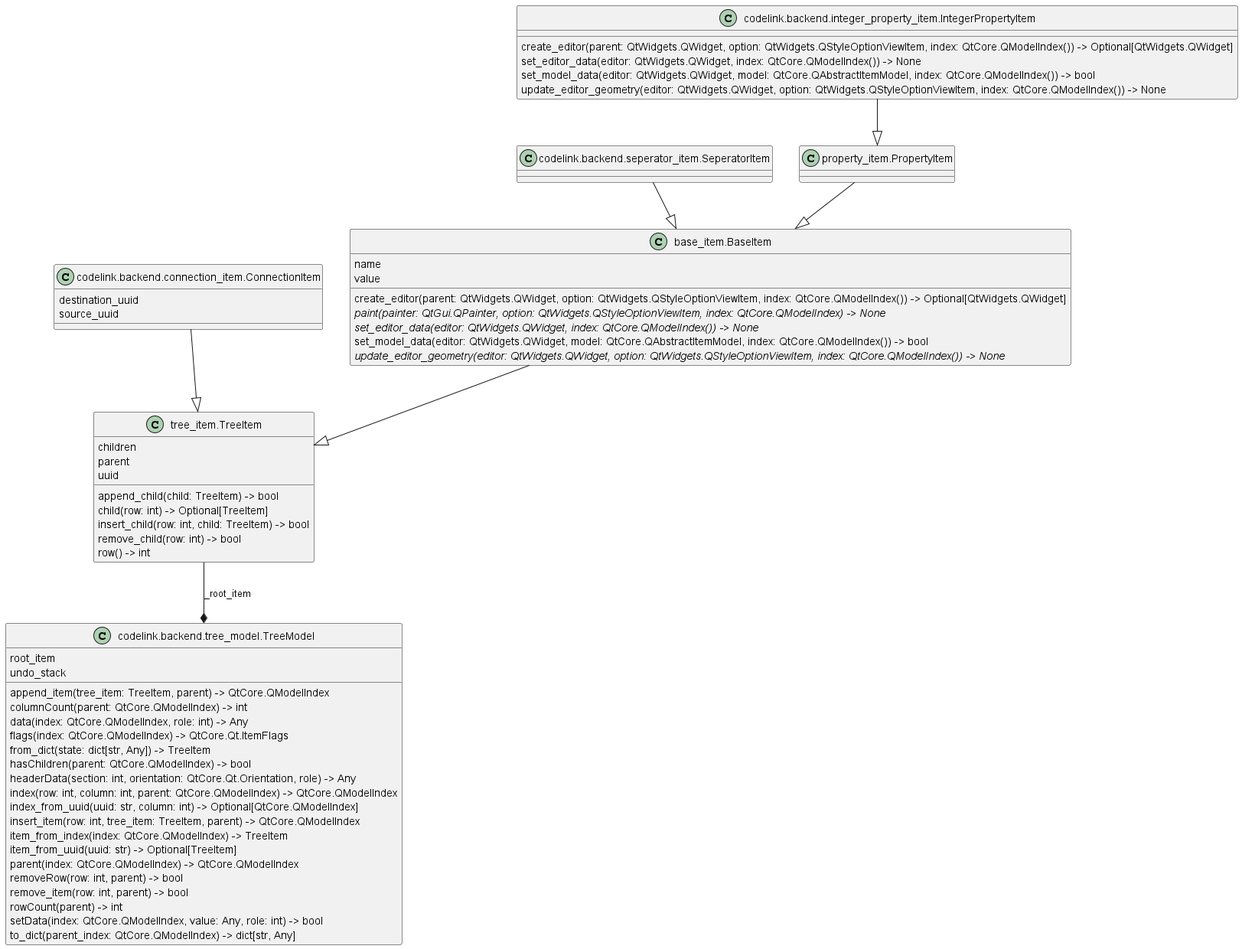
Earlier version of the PlantUML export img/backend_classes.png (j8sr0230/codelink). The source it was exported from:
```plantuml
@startuml classes
set namespaceSeparator none
class "base_item.BaseItem" as base_item.BaseItem {
  name
  value
  create_editor(parent: QtWidgets.QWidget, option: QtWidgets.QStyleOptionViewItem, index: QtCore.QModelIndex()) -> Optional[QtWidgets.QWidget]
  {abstract}paint(painter: QtGui.QPainter, option: QtWidgets.QStyleOptionViewItem, index: QtCore.QModelIndex) -> None
  {abstract}set_editor_data(editor: QtWidgets.QWidget, index: QtCore.QModelIndex()) -> None
  set_model_data(editor: QtWidgets.QWidget, model: QtCore.QAbstractItemModel, index: QtCore.QModelIndex()) -> bool
  {abstract}update_editor_geometry(editor: QtWidgets.QWidget, option: QtWidgets.QStyleOptionViewItem, index: QtCore.QModelIndex()) -> None
}
class "codelink.backend.connection_item.ConnectionItem" as codelink.backend.connection_item.ConnectionItem {
  destination_uuid
  source_uuid
}
class "codelink.backend.integer_property_item.IntegerPropertyItem" as codelink.backend.integer_property_item.IntegerPropertyItem {
  create_editor(parent: QtWidgets.QWidget, option: QtWidgets.QStyleOptionViewItem, index: QtCore.QModelIndex()) -> Optional[QtWidgets.QWidget]
  set_editor_data(editor: QtWidgets.QWidget, index: QtCore.QModelIndex()) -> None
  set_model_data(editor: QtWidgets.QWidget, model: QtCore.QAbstractItemModel, index: QtCore.QModelIndex()) -> bool
  update_editor_geometry(editor: QtWidgets.QWidget, option: QtWidgets.QStyleOptionViewItem, index: QtCore.QModelIndex()) -> None
}
class "codelink.backend.seperator_item.SeperatorItem" as codelink.backend.seperator_item.SeperatorItem {
}
class "codelink.backend.tree_model.TreeModel" as codelink.backend.tree_model.TreeModel {
  root_item
  undo_stack
  append_item(tree_item: TreeItem, parent) -> QtCore.QModelIndex
  columnCount(parent: QtCore.QModelIndex) -> int
  data(index: QtCore.QModelIndex, role: int) -> Any
  flags(index: QtCore.QModelIndex) -> QtCore.Qt.ItemFlags
  from_dict(state: dict[str, Any]) -> TreeItem
  hasChildren(parent: QtCore.QModelIndex) -> bool
  headerData(section: int, orientation: QtCore.Qt.Orientation, role) -> Any
  index(row: int, column: int, parent: QtCore.QModelIndex) -> QtCore.QModelIndex
  index_from_uuid(uuid: str, column: int) -> Optional[QtCore.QModelIndex]
  insert_item(row: int, tree_item: TreeItem, parent) -> QtCore.QModelIndex
  item_from_index(index: QtCore.QModelIndex) -> TreeItem
  item_from_uuid(uuid: str) -> Optional[TreeItem]
  parent(index: QtCore.QModelIndex) -> QtCore.QModelIndex
  removeRow(row: int, parent) -> bool
  remove_item(row: int, parent) -> bool
  rowCount(parent) -> int
  setData(index: QtCore.QModelIndex, value: Any, role: int) -> bool
  to_dict(parent_index: QtCore.QModelIndex) -> dict[str, Any]
}
class "property_item.PropertyItem" as property_item.PropertyItem {
}
class "tree_item.TreeItem" as tree_item.TreeItem {
  children
  parent
  uuid
  append_child(child: TreeItem) -> bool
  child(row: int) -> Optional[TreeItem]
  insert_child(row: int, child: TreeItem) -> bool
  remove_child(row: int) -> bool
  row() -> int
}
base_item.BaseItem --|> tree_item.TreeItem
codelink.backend.connection_item.ConnectionItem --|> tree_item.TreeItem
codelink.backend.integer_property_item.IntegerPropertyItem --|> property_item.PropertyItem
codelink.backend.seperator_item.SeperatorItem --|> base_item.BaseItem
property_item.PropertyItem --|> base_item.BaseItem
tree_item.TreeItem --* codelink.backend.tree_model.TreeModel : _root_item
@enduml
```
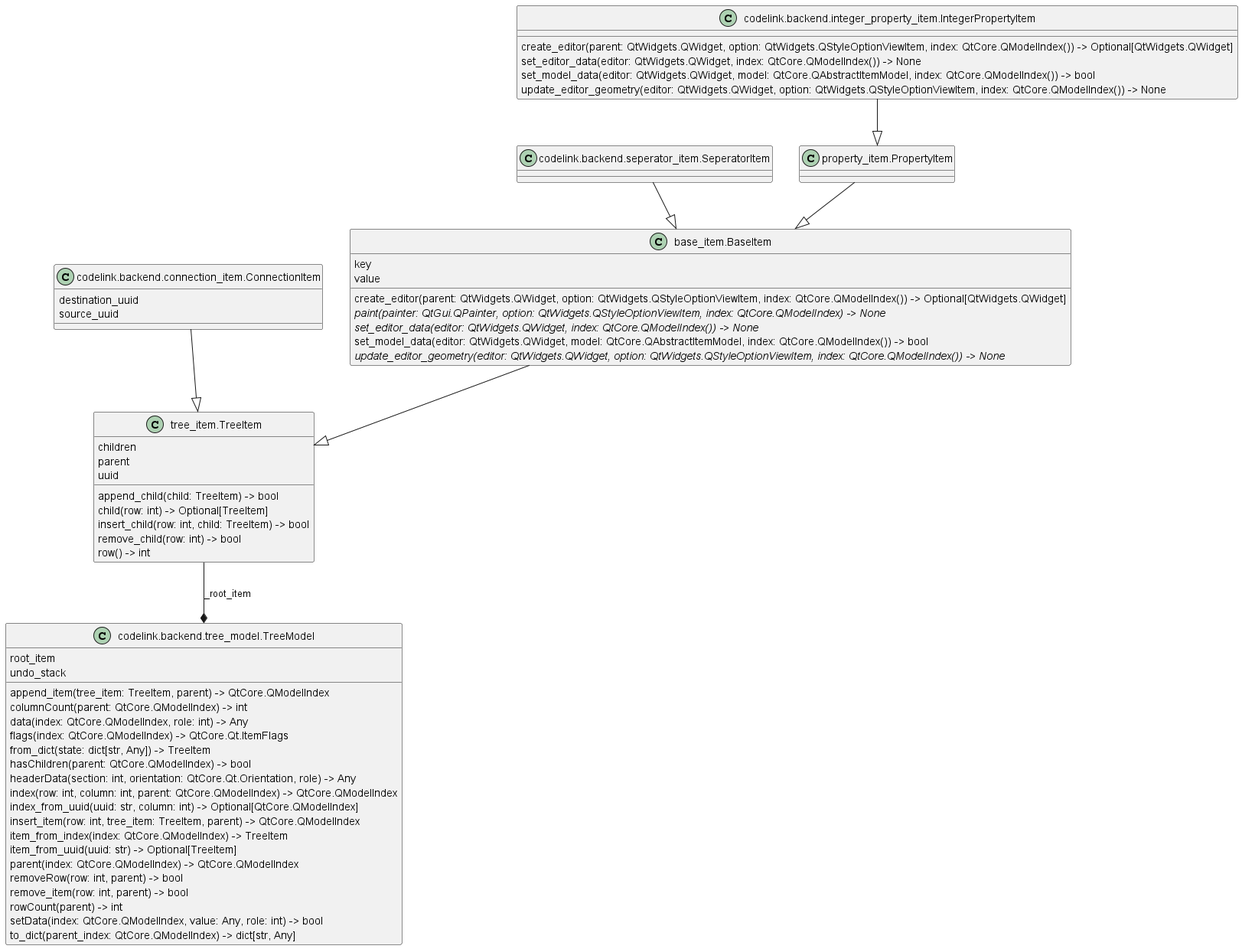
After the commit.

Commit message:
Refactors backend

What changed in the source:
```diff
@@ -1,7 +1,7 @@
 @startuml classes
 set namespaceSeparator none
 class "base_item.BaseItem" as base_item.BaseItem {
-  name
+  key
   value
   create_editor(parent: QtWidgets.QWidget, option: QtWidgets.QStyleOptionViewItem, index: QtCore.QModelIndex()) -> Optional[QtWidgets.QWidget]
   {abstract}paint(painter: QtGui.QPainter, option: QtWidgets.QStyleOptionViewItem, index: QtCore.QModelIndex) -> None
```
